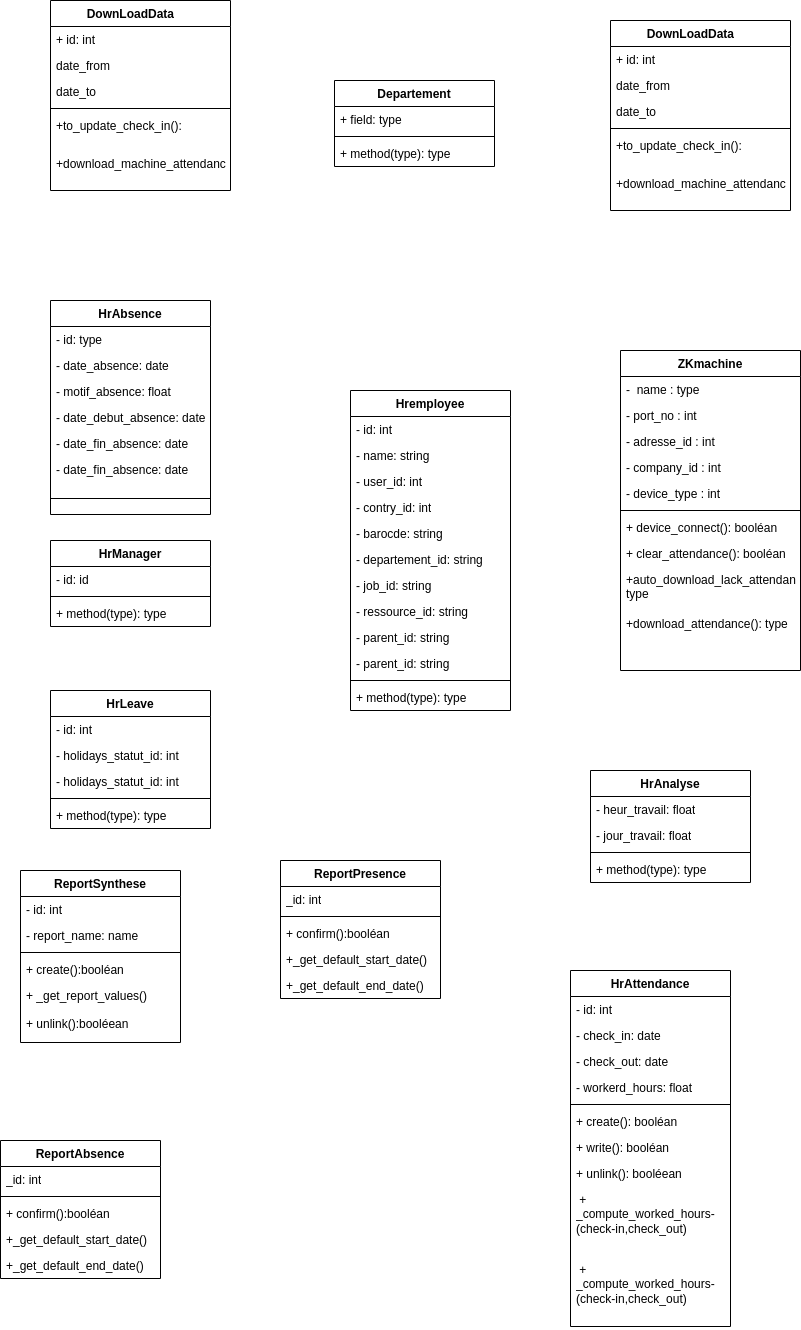
The draw.io diagram static/Diagramme de classe.drawio.png in Siluearsene/borne_biometrique, before a commit. Source tidied: cells renumbered, new cells last; positions are measured from the earlier drawing's top-left corner, leaving out a move shared by most shapes.
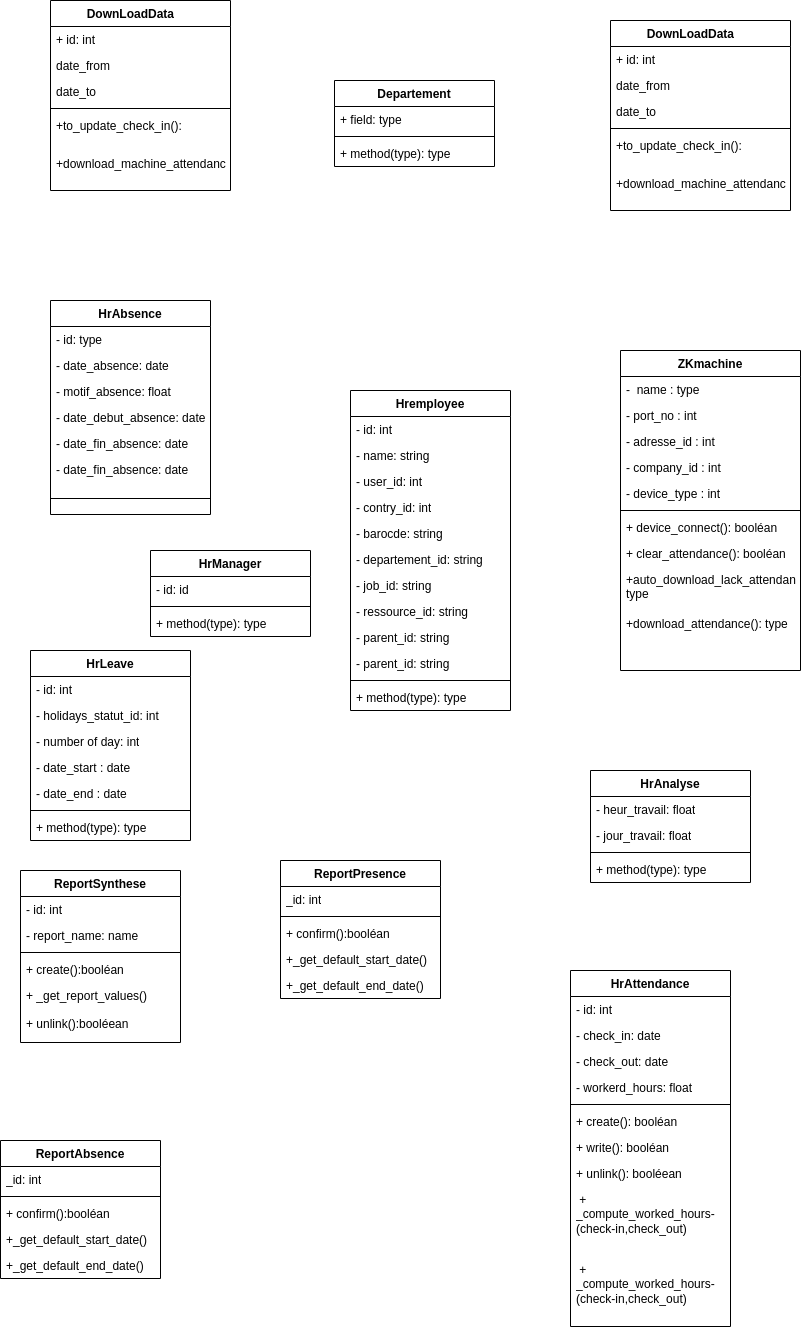
Later version of the same file.

Commit message:
Mettre à jour Diagramme de classe.drawio.png

Diff of the diagram source:
```diff
@@ -60,7 +60,7 @@
       <mxGeometry y="260" width="180" height="60" as="geometry" />
     </mxCell>
     <mxCell id="21" value="HrLeave" style="swimlane;fontStyle=1;align=center;verticalAlign=top;horizontal=1;startSize=26;whiteSpace=wrap;html=1;" parent="1" vertex="1">
-      <mxGeometry x="50" y="690" width="160" height="138" as="geometry" />
+      <mxGeometry x="30" y="650" width="160" height="190" as="geometry" />
     </mxCell>
     <mxCell id="22" value="- id: int" style="text;strokeColor=none;fillColor=none;align=left;verticalAlign=top;spacingLeft=4;spacingRight=4;overflow=hidden;whiteSpace=wrap;html=1;" parent="21" vertex="1">
       <mxGeometry y="26" width="160" height="26" as="geometry" />
@@ -68,14 +68,20 @@
     <mxCell id="23" value="- holidays_statut_id: int" style="text;strokeColor=none;fillColor=none;align=left;verticalAlign=top;spacingLeft=4;spacingRight=4;overflow=hidden;whiteSpace=wrap;html=1;" parent="21" vertex="1">
       <mxGeometry y="52" width="160" height="26" as="geometry" />
     </mxCell>
-    <mxCell id="24" value="- holidays_statut_id: int" style="text;strokeColor=none;fillColor=none;align=left;verticalAlign=top;spacingLeft=4;spacingRight=4;overflow=hidden;whiteSpace=wrap;html=1;" parent="21" vertex="1">
+    <mxCell id="24" value="- number of day: int" style="text;strokeColor=none;fillColor=none;align=left;verticalAlign=top;spacingLeft=4;spacingRight=4;overflow=hidden;whiteSpace=wrap;html=1;" parent="21" vertex="1">
       <mxGeometry y="78" width="160" height="26" as="geometry" />
     </mxCell>
+    <mxCell id="97" value="- date_start : date" style="text;strokeColor=none;fillColor=none;align=left;verticalAlign=top;spacingLeft=4;spacingRight=4;overflow=hidden;whiteSpace=wrap;html=1;" parent="21" vertex="1">
+      <mxGeometry y="104" width="160" height="26" as="geometry" />
+    </mxCell>
+    <mxCell id="98" value="- date_end : date" style="text;strokeColor=none;fillColor=none;align=left;verticalAlign=top;spacingLeft=4;spacingRight=4;overflow=hidden;whiteSpace=wrap;html=1;" parent="21" vertex="1">
+      <mxGeometry y="130" width="160" height="26" as="geometry" />
+    </mxCell>
     <mxCell id="25" style="line;strokeWidth=1;fillColor=none;align=left;verticalAlign=middle;spacingTop=-1;spacingLeft=3;spacingRight=3;labelPosition=right;strokeColor=inherit;" parent="21" vertex="1">
-      <mxGeometry y="104" width="160" height="8" as="geometry" />
+      <mxGeometry y="156" width="160" height="8" as="geometry" />
     </mxCell>
     <mxCell id="26" value="+ method(type): type" style="text;strokeColor=none;fillColor=none;align=left;verticalAlign=top;spacingLeft=4;spacingRight=4;overflow=hidden;whiteSpace=wrap;html=1;" parent="21" vertex="1">
-      <mxGeometry y="112" width="160" height="26" as="geometry" />
+      <mxGeometry y="164" width="160" height="26" as="geometry" />
     </mxCell>
     <mxCell id="27" value="HrAnalyse" style="swimlane;fontStyle=1;align=center;verticalAlign=top;horizontal=1;startSize=26;whiteSpace=wrap;html=1;" parent="1" vertex="1">
       <mxGeometry x="590" y="770" width="160" height="112" as="geometry" />
@@ -264,7 +270,7 @@
       <mxGeometry y="112" width="160" height="26" as="geometry" />
     </mxCell>
     <mxCell id="89" value="HrManager" style="swimlane;fontStyle=1;align=center;verticalAlign=top;horizontal=1;startSize=26;whiteSpace=wrap;html=1;" parent="1" vertex="1">
-      <mxGeometry x="50" y="540" width="160" height="86" as="geometry" />
+      <mxGeometry x="150" y="550" width="160" height="86" as="geometry" />
     </mxCell>
     <mxCell id="90" value="- id: id" style="text;strokeColor=none;fillColor=none;align=left;verticalAlign=top;spacingLeft=4;spacingRight=4;overflow=hidden;whiteSpace=wrap;html=1;" parent="89" vertex="1">
       <mxGeometry y="26" width="160" height="26" as="geometry" />
```
